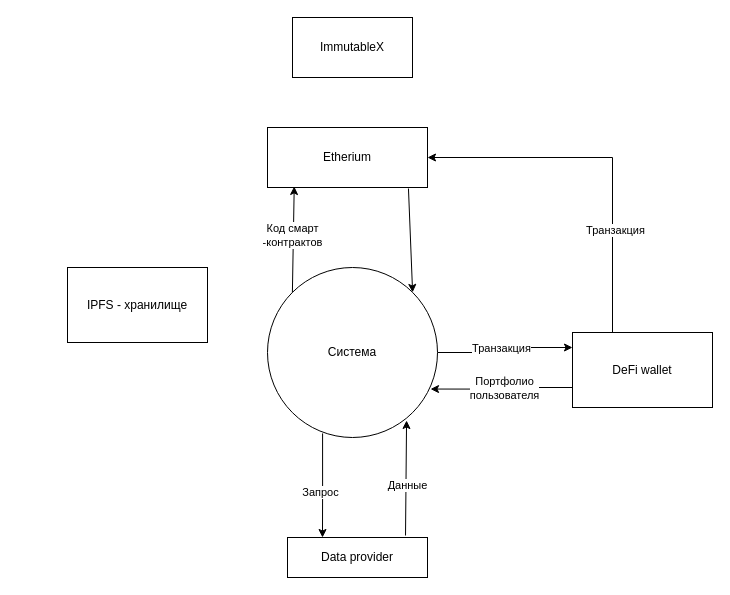
The draw.io diagram CE/Контекстная.drawio in careock/diagrams, before the edit. Source tidied: cells renumbered, new cells numbered last; positions are measured from the earlier drawing's top-left corner, leaving out a move shared by most shapes. Both pictures are drawn from the tidied source at 100%, with x=0, y=0 at pixel (67, 17).
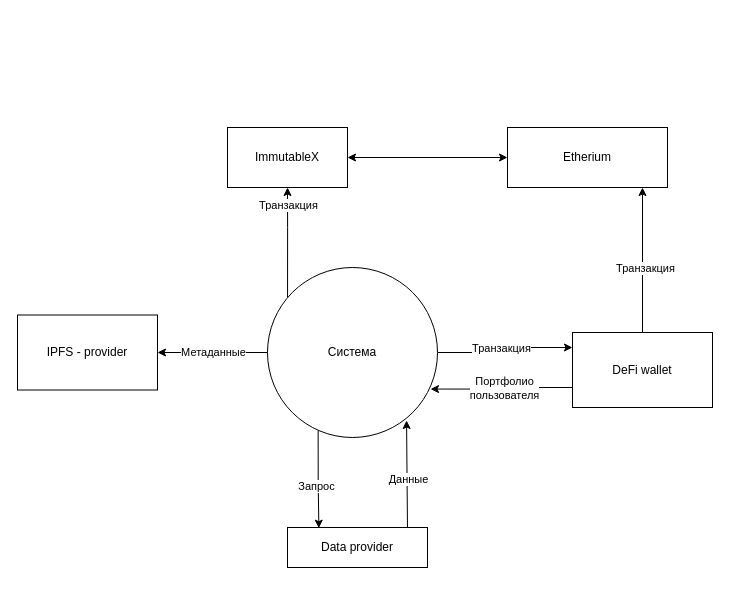
The same diagram, later.

Unchanged cells that the change refers to:
```xml
<mxCell id="6" value="Система" style="ellipse;whiteSpace=wrap;html=1;" parent="1" vertex="1">
  <mxGeometry x="200" y="250" width="170" height="170" as="geometry" />
</mxCell>
<mxCell id="9" style="edgeStyle=orthogonalEdgeStyle;rounded=0;jettySize=auto;html=1;startArrow=none;startFill=0;endArrow=classic;endFill=1;" parent="1" edge="1" source="13" target="7">
  <mxGeometry relative="1" as="geometry">
    <Array as="points">
      <mxPoint x="545" y="140" />
    </Array>
  </mxGeometry>
</mxCell>
```

Diff of the diagram source:
```diff
@@
-    <mxCell id="2" style="edgeStyle=orthogonalEdgeStyle;rounded=0;jettySize=auto;html=1;entryX=0.25;entryY=0;entryDx=0;entryDy=0;startArrow=none;startFill=0;endArrow=classic;endFill=1;exitX=0.324;exitY=0.976;exitDx=0;exitDy=0;exitPerimeter=0;" parent="1" edge="1" source="6" target="14">
+    <mxCell id="2" style="edgeStyle=orthogonalEdgeStyle;rounded=0;jettySize=auto;html=1;entryX=0.224;entryY=0.017;entryDx=0;entryDy=0;startArrow=none;startFill=0;endArrow=classic;endFill=1;exitX=0.298;exitY=0.959;exitDx=0;exitDy=0;exitPerimeter=0;entryPerimeter=0;" parent="1" edge="1" source="6" target="14">
       <mxGeometry relative="1" as="geometry" />
     </mxCell>
@@
+    <mxCell id="21" style="edgeStyle=orthogonalEdgeStyle;rounded=0;jettySize=auto;html=1;entryX=0.5;entryY=1;entryDx=0;entryDy=0;startArrow=none;startFill=0;endArrow=classic;endFill=1;exitX=0.118;exitY=0.176;exitDx=0;exitDy=0;exitPerimeter=0;" parent="1" edge="1" source="6" target="8">
+      <mxGeometry relative="1" as="geometry" />
+    </mxCell>
+    <mxCell id="22" value="Транзакция" style="edgeLabel;html=1;align=center;verticalAlign=middle;" parent="21" vertex="1">
+      <mxGeometry x="0.35" y="-2" relative="1" as="geometry">
+        <mxPoint x="-2" y="-19" as="offset" />
+      </mxGeometry>
+    </mxCell>
@@
     <mxCell id="7" value="Etherium" style="rounded=0;whiteSpace=wrap;html=1;" parent="1" vertex="1">
-      <mxGeometry x="200" y="110" width="160" height="60" as="geometry" />
+      <mxGeometry x="440" y="110" width="160" height="60" as="geometry" />
     </mxCell>
+    <mxCell id="23" style="edgeStyle=orthogonalEdgeStyle;rounded=0;jettySize=auto;html=1;startArrow=classic;startFill=1;endArrow=classic;endFill=1;" parent="1" edge="1" source="8" target="7">
+      <mxGeometry relative="1" as="geometry" />
+    </mxCell>
     <mxCell id="8" value="ImmutableX" style="rounded=0;whiteSpace=wrap;html=1;" parent="1" vertex="1">
-      <mxGeometry x="225" width="120" height="60" as="geometry" />
+      <mxGeometry x="160" y="110" width="120" height="60" as="geometry" />
     </mxCell>
@@
     <mxCell id="10" value="Транзакция" style="edgeLabel;html=1;align=center;verticalAlign=middle;" parent="9" vertex="1">
       <mxGeometry x="-0.42" y="-2" relative="1" as="geometry">
-        <mxPoint y="1" as="offset" />
+        <mxPoint y="-23" as="offset" />
       </mxGeometry>
     </mxCell>
@@
     <mxCell id="14" value="Data provider" style="rounded=0;whiteSpace=wrap;html=1;" parent="1" vertex="1">
-      <mxGeometry x="220" y="520" width="140" height="40" as="geometry" />
+      <mxGeometry x="220" y="510" width="140" height="40" as="geometry" />
     </mxCell>
-    <mxCell id="15" style="endArrow=classic;html=1;rounded=0;entryX=0.167;entryY=0.983;entryDx=0;entryDy=0;entryPerimeter=0;exitX=0;exitY=0;exitDx=0;exitDy=0;" parent="1" edge="1" source="6" target="7">
-      <mxGeometry relative="1" as="geometry" />
-    </mxCell>
-    <mxCell id="16" value="Код смарт&lt;br&gt;-контрактов" style="edgeLabel;html=1;align=center;verticalAlign=middle;" parent="15" vertex="1">
-      <mxGeometry x="-0.2" y="1" relative="1" as="geometry">
-        <mxPoint y="-15" as="offset" />
-      </mxGeometry>
-    </mxCell>
-    <mxCell id="17" style="endArrow=classic;html=1;rounded=0;exitX=0.881;exitY=1.017;exitDx=0;exitDy=0;exitPerimeter=0;entryX=1;entryY=0;entryDx=0;entryDy=0;" parent="1" edge="1" source="7" target="6">
-      <mxGeometry relative="1" as="geometry" />
-    </mxCell>
-    <mxCell id="18" style="endArrow=none;html=1;rounded=0;exitX=0.818;exitY=0.9;exitDx=0;exitDy=0;exitPerimeter=0;startArrow=classic;startFill=1;endFill=0;entryX=0.843;entryY=-0.05;entryDx=0;entryDy=0;entryPerimeter=0;" parent="1" edge="1" source="6" target="14">
+    <mxCell id="18" style="endArrow=none;html=1;rounded=0;exitX=0.818;exitY=0.9;exitDx=0;exitDy=0;exitPerimeter=0;startArrow=classic;startFill=1;endFill=0;entryX=0.857;entryY=0;entryDx=0;entryDy=0;entryPerimeter=0;" parent="1" edge="1" source="6" target="14">
       <mxGeometry relative="1" as="geometry" />
     </mxCell>
@@
+    <mxCell id="24" style="edgeStyle=orthogonalEdgeStyle;rounded=0;jettySize=auto;html=1;startArrow=classic;startFill=1;endArrow=none;endFill=0;entryX=0;entryY=0.5;entryDx=0;entryDy=0;" parent="1" edge="1" source="20" target="6">
+      <mxGeometry relative="1" as="geometry" />
+    </mxCell>
+    <mxCell id="25" value="Метаданные" style="edgeLabel;html=1;align=center;verticalAlign=middle;" parent="24" vertex="1">
+      <mxGeometry x="-0.3" y="1" relative="1" as="geometry">
+        <mxPoint x="16" as="offset" />
+      </mxGeometry>
+    </mxCell>
-    <mxCell id="20" value="IPFS - хранилище" style="rounded=0;whiteSpace=wrap;html=1;" parent="1" vertex="1">
-      <mxGeometry y="250" width="140" height="75" as="geometry" />
+    <mxCell id="20" value="IPFS - provider" style="rounded=0;whiteSpace=wrap;html=1;" parent="1" vertex="1">
+      <mxGeometry x="-50" y="297.5" width="140" height="75" as="geometry" />
     </mxCell>
```
